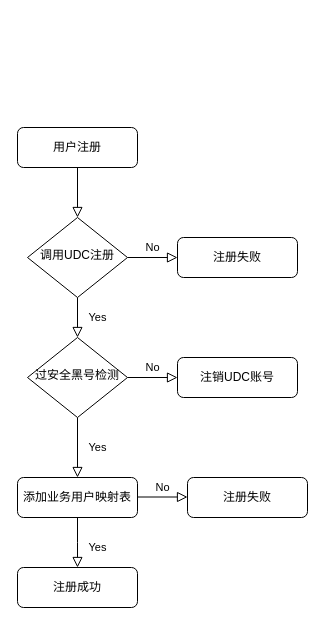
Before: 未命名绘图.drawio in zhuqlah/draw, a draw.io diagram. Source tidied: cells renumbered, new cells numbered last; positions are measured from the earlier drawing's top-left corner, leaving out a move shared by most shapes. Both pictures are drawn from the tidied source at 100%, with x=0, y=0 at pixel (17, 127).
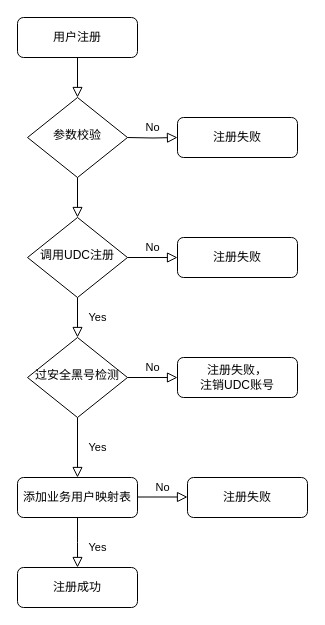
After the change.

Commit message:
更新未命名绘图.drawio

The change refers to these unchanged cells:
```xml
<mxCell id="6" value="调用UDC注册" style="rhombus;whiteSpace=wrap;html=1;shadow=0;fontFamily=Helvetica;fontSize=12;align=center;strokeWidth=1;spacing=6;spacingTop=-4;" parent="1" vertex="1">
  <mxGeometry x="10" y="90" width="100" height="80" as="geometry" />
</mxCell>
```

Diff of the diagram source:
```diff
@@
-    <mxCell id="2" style="rounded=0;html=1;jettySize=auto;fontSize=11;endArrow=block;endFill=0;endSize=8;strokeWidth=1;shadow=0;labelBackgroundColor=none;edgeStyle=orthogonalEdgeStyle;" parent="1" edge="1" source="3" target="6">
+    <mxCell id="2" style="rounded=0;html=1;jettySize=auto;fontSize=11;endArrow=block;endFill=0;endSize=8;strokeWidth=1;shadow=0;labelBackgroundColor=none;edgeStyle=orthogonalEdgeStyle;entryX=0.5;entryY=0;entryDx=0;entryDy=0;" parent="1" edge="1" source="3" target="17">
       <mxGeometry relative="1" as="geometry" />
     </mxCell>
     <mxCell id="3" value="用户注册" style="rounded=1;whiteSpace=wrap;html=1;fontSize=12;glass=0;strokeWidth=1;shadow=0;" parent="1" vertex="1">
-      <mxGeometry width="120" height="40" as="geometry" />
+      <mxGeometry y="-110" width="120" height="40" as="geometry" />
     </mxCell>
@@
-    <mxCell id="12" value="注销UDC账号" style="rounded=1;whiteSpace=wrap;html=1;fontSize=12;glass=0;strokeWidth=1;shadow=0;" parent="1" vertex="1">
+    <mxCell id="12" value="注册失败，&lt;br&gt;注销UDC账号" style="rounded=1;whiteSpace=wrap;html=1;fontSize=12;glass=0;strokeWidth=1;shadow=0;" parent="1" vertex="1">
       <mxGeometry x="160" y="230" width="120" height="40" as="geometry" />
     </mxCell>
@@
+    <mxCell id="17" value="参数校验" style="rhombus;whiteSpace=wrap;html=1;shadow=0;fontFamily=Helvetica;fontSize=12;align=center;strokeWidth=1;spacing=6;spacingTop=-4;" parent="1" vertex="1">
+      <mxGeometry x="10" y="-30" width="100" height="80" as="geometry" />
+    </mxCell>
+    <mxCell id="18" style="rounded=0;html=1;jettySize=auto;fontSize=11;endArrow=block;endFill=0;endSize=8;strokeWidth=1;shadow=0;labelBackgroundColor=none;edgeStyle=orthogonalEdgeStyle;exitX=0.5;exitY=1;exitDx=0;exitDy=0;entryX=0.5;entryY=0;entryDx=0;entryDy=0;" parent="1" edge="1" source="17" target="6">
+      <mxGeometry relative="1" as="geometry" />
+    </mxCell>
+    <mxCell id="19" value="No" style="edgeStyle=orthogonalEdgeStyle;rounded=0;html=1;jettySize=auto;fontSize=11;endArrow=block;endFill=0;endSize=8;strokeWidth=1;shadow=0;labelBackgroundColor=none;" parent="1" edge="1" target="20">
+      <mxGeometry x="0.03" y="10" relative="1" as="geometry">
+        <mxPoint x="110" y="10" as="sourcePoint" />
+      </mxGeometry>
+    </mxCell>
+    <mxCell id="20" value="注册失败" style="rounded=1;whiteSpace=wrap;html=1;fontSize=12;glass=0;strokeWidth=1;shadow=0;" parent="1" vertex="1">
+      <mxGeometry x="160" y="-10" width="120" height="40" as="geometry" />
+    </mxCell>
```
